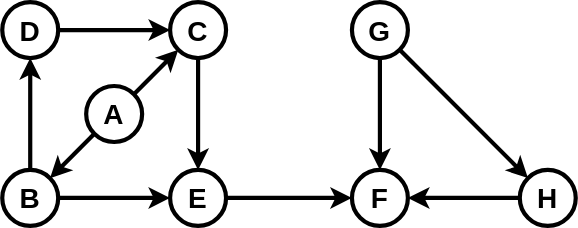
This is exercises/09_graphs/img/09_graphs_exercise04.svg from Erasiel/algds-eng, a draw.io export, as it was before one commit. Source tidied: cells renumbered, new cells last; positions are measured from the earlier drawing's top-left corner, leaving out a move shared by most shapes. Its diagram source:
```xml
<mxGraphModel>
  <root>
    <mxCell id="0" />
    <mxCell id="1" parent="0" />
    <mxCell id="2" value="&lt;font style=&quot;font-size: 20px;&quot;&gt;&lt;b&gt;A&lt;/b&gt;&lt;/font&gt;" style="ellipse;whiteSpace=wrap;html=1;strokeWidth=3;" parent="1" vertex="1">
      <mxGeometry x="60" y="60" width="40" height="40" as="geometry" />
    </mxCell>
    <mxCell id="3" value="C" style="ellipse;whiteSpace=wrap;html=1;strokeWidth=3;fontSize=20;fontStyle=1;" parent="1" vertex="1">
      <mxGeometry x="120" width="40" height="40" as="geometry" />
    </mxCell>
    <mxCell id="4" value="B" style="ellipse;whiteSpace=wrap;html=1;strokeWidth=3;fontSize=20;fontStyle=1;" parent="1" vertex="1">
      <mxGeometry y="120" width="40" height="40" as="geometry" />
    </mxCell>
    <mxCell id="5" value="D" style="ellipse;whiteSpace=wrap;html=1;strokeWidth=3;fontSize=20;fontStyle=1;" parent="1" vertex="1">
      <mxGeometry width="40" height="40" as="geometry" />
    </mxCell>
    <mxCell id="6" value="E" style="ellipse;whiteSpace=wrap;html=1;strokeWidth=3;fontSize=20;fontStyle=1;" parent="1" vertex="1">
      <mxGeometry x="120" y="120" width="40" height="40" as="geometry" />
    </mxCell>
    <mxCell id="7" value="F" style="ellipse;whiteSpace=wrap;html=1;strokeWidth=3;fontSize=20;fontStyle=1;" parent="1" vertex="1">
      <mxGeometry x="250" y="120" width="40" height="40" as="geometry" />
    </mxCell>
    <mxCell id="8" value="G" style="ellipse;whiteSpace=wrap;html=1;strokeWidth=3;fontSize=20;fontStyle=1;" parent="1" vertex="1">
      <mxGeometry x="250" width="40" height="40" as="geometry" />
    </mxCell>
    <mxCell id="9" value="H" style="ellipse;whiteSpace=wrap;html=1;strokeWidth=3;fontSize=20;fontStyle=1;" parent="1" vertex="1">
      <mxGeometry x="370" y="120" width="40" height="40" as="geometry" />
    </mxCell>
    <mxCell id="10" style="endArrow=classic;html=1;rounded=0;exitX=1;exitY=0;exitDx=0;exitDy=0;entryX=0;entryY=1;entryDx=0;entryDy=0;strokeWidth=3;" parent="1" edge="1" source="2" target="3">
      <mxGeometry relative="1" as="geometry" />
    </mxCell>
    <mxCell id="11" style="endArrow=classic;html=1;rounded=0;exitX=1;exitY=0.5;exitDx=0;exitDy=0;entryX=0;entryY=0.5;entryDx=0;entryDy=0;strokeWidth=3;" parent="1" edge="1" source="6" target="7">
      <mxGeometry relative="1" as="geometry" />
    </mxCell>
    <mxCell id="12" style="endArrow=classic;html=1;rounded=0;exitX=0.5;exitY=1;exitDx=0;exitDy=0;entryX=0.5;entryY=0;entryDx=0;entryDy=0;strokeWidth=3;" parent="1" edge="1" source="8" target="7">
      <mxGeometry relative="1" as="geometry" />
    </mxCell>
    <mxCell id="13" style="endArrow=classic;html=1;rounded=0;exitX=0;exitY=0.5;exitDx=0;exitDy=0;entryX=1;entryY=0.5;entryDx=0;entryDy=0;strokeWidth=3;" parent="1" edge="1" source="9" target="7">
      <mxGeometry relative="1" as="geometry" />
    </mxCell>
    <mxCell id="14" style="endArrow=classic;html=1;rounded=0;exitX=1;exitY=1;exitDx=0;exitDy=0;entryX=0;entryY=0;entryDx=0;entryDy=0;strokeWidth=3;" parent="1" edge="1" source="8" target="9">
      <mxGeometry relative="1" as="geometry" />
    </mxCell>
    <mxCell id="15" style="endArrow=classic;html=1;rounded=0;exitX=0;exitY=1;exitDx=0;exitDy=0;strokeWidth=3;" parent="1" edge="1" source="2" target="4">
      <mxGeometry relative="1" as="geometry" />
    </mxCell>
    <mxCell id="16" style="endArrow=classic;html=1;rounded=0;exitX=0.5;exitY=1;exitDx=0;exitDy=0;entryX=0.5;entryY=0;entryDx=0;entryDy=0;strokeWidth=3;" parent="1" edge="1" source="3" target="6">
      <mxGeometry relative="1" as="geometry" />
    </mxCell>
    <mxCell id="17" style="endArrow=classic;html=1;rounded=0;exitX=1;exitY=0.5;exitDx=0;exitDy=0;entryX=0;entryY=0.5;entryDx=0;entryDy=0;strokeWidth=3;" parent="1" edge="1" source="4" target="6">
      <mxGeometry relative="1" as="geometry" />
    </mxCell>
    <mxCell id="18" style="endArrow=classic;html=1;rounded=0;exitX=0.5;exitY=0;exitDx=0;exitDy=0;entryX=0.5;entryY=1;entryDx=0;entryDy=0;strokeWidth=3;" parent="1" edge="1" source="4" target="5">
      <mxGeometry relative="1" as="geometry" />
    </mxCell>
    <mxCell id="19" style="endArrow=classic;html=1;rounded=0;exitX=1;exitY=0.5;exitDx=0;exitDy=0;entryX=0;entryY=0.5;entryDx=0;entryDy=0;strokeWidth=3;" parent="1" edge="1" source="5" target="3">
      <mxGeometry relative="1" as="geometry" />
    </mxCell>
  </root>
</mxGraphModel>
```
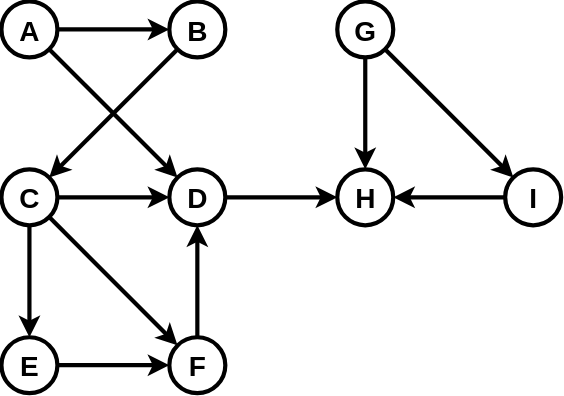
The same file after the commit.

Commit message:
Reworked graphs exercises

Diff of the diagram source:
```diff
@@ -2,59 +2,68 @@
   <root>
     <mxCell id="0" />
     <mxCell id="1" parent="0" />
-    <mxCell id="2" value="&lt;font style=&quot;font-size: 20px;&quot;&gt;&lt;b&gt;A&lt;/b&gt;&lt;/font&gt;" style="ellipse;whiteSpace=wrap;html=1;strokeWidth=3;" parent="1" vertex="1">
-      <mxGeometry x="60" y="60" width="40" height="40" as="geometry" />
+    <mxCell id="2" value="A" style="ellipse;whiteSpace=wrap;html=1;strokeWidth=3;fontSize=20;fontStyle=1;align=center;" parent="1" vertex="1">
+      <mxGeometry x="-20" y="-60" width="40" height="40" as="geometry" />
     </mxCell>
-    <mxCell id="3" value="C" style="ellipse;whiteSpace=wrap;html=1;strokeWidth=3;fontSize=20;fontStyle=1;" parent="1" vertex="1">
-      <mxGeometry x="120" width="40" height="40" as="geometry" />
+    <mxCell id="3" value="C" style="ellipse;whiteSpace=wrap;html=1;strokeWidth=3;fontSize=20;fontStyle=1;align=center;" parent="1" vertex="1">
+      <mxGeometry x="-20" y="60" width="40" height="40" as="geometry" />
     </mxCell>
-    <mxCell id="4" value="B" style="ellipse;whiteSpace=wrap;html=1;strokeWidth=3;fontSize=20;fontStyle=1;" parent="1" vertex="1">
-      <mxGeometry y="120" width="40" height="40" as="geometry" />
+    <mxCell id="4" value="B" style="ellipse;whiteSpace=wrap;html=1;strokeWidth=3;fontSize=20;fontStyle=1;align=center;" parent="1" vertex="1">
+      <mxGeometry x="100" y="-60" width="40" height="40" as="geometry" />
     </mxCell>
-    <mxCell id="5" value="D" style="ellipse;whiteSpace=wrap;html=1;strokeWidth=3;fontSize=20;fontStyle=1;" parent="1" vertex="1">
-      <mxGeometry width="40" height="40" as="geometry" />
+    <mxCell id="5" value="D" style="ellipse;whiteSpace=wrap;html=1;strokeWidth=3;fontSize=20;fontStyle=1;align=center;" parent="1" vertex="1">
+      <mxGeometry x="100" y="60" width="40" height="40" as="geometry" />
     </mxCell>
+    <mxCell id="15" style="endArrow=classic;html=1;rounded=0;strokeWidth=3;exitX=1;exitY=0.5;exitDx=0;exitDy=0;entryX=0;entryY=0.5;entryDx=0;entryDy=0;" parent="1" edge="1" source="2" target="4">
+      <mxGeometry relative="1" as="geometry" />
+    </mxCell>
+    <mxCell id="20" style="endArrow=classic;html=1;rounded=0;strokeWidth=3;exitX=0;exitY=1;exitDx=0;exitDy=0;entryX=1;entryY=0;entryDx=0;entryDy=0;" parent="1" edge="1" source="4" target="3">
+      <mxGeometry relative="1" as="geometry" />
+    </mxCell>
+    <mxCell id="21" style="endArrow=classic;html=1;rounded=0;strokeWidth=3;exitX=1;exitY=0.5;exitDx=0;exitDy=0;entryX=0;entryY=0.5;entryDx=0;entryDy=0;" parent="1" edge="1" source="3" target="5">
+      <mxGeometry relative="1" as="geometry" />
+    </mxCell>
+    <mxCell id="22" style="endArrow=classic;html=1;rounded=0;strokeWidth=3;exitX=1;exitY=1;exitDx=0;exitDy=0;entryX=0;entryY=0;entryDx=0;entryDy=0;" parent="1" edge="1" source="2" target="5">
+      <mxGeometry relative="1" as="geometry" />
+    </mxCell>
-    <mxCell id="6" value="E" style="ellipse;whiteSpace=wrap;html=1;strokeWidth=3;fontSize=20;fontStyle=1;" parent="1" vertex="1">
-      <mxGeometry x="120" y="120" width="40" height="40" as="geometry" />
+    <mxCell id="6" value="E" style="ellipse;whiteSpace=wrap;html=1;strokeWidth=3;fontSize=20;fontStyle=1;align=center;" parent="1" vertex="1">
+      <mxGeometry x="-20" y="180" width="40" height="40" as="geometry" />
     </mxCell>
-    <mxCell id="7" value="F" style="ellipse;whiteSpace=wrap;html=1;strokeWidth=3;fontSize=20;fontStyle=1;" parent="1" vertex="1">
-      <mxGeometry x="250" y="120" width="40" height="40" as="geometry" />
+    <mxCell id="7" value="F" style="ellipse;whiteSpace=wrap;html=1;strokeWidth=3;fontSize=20;fontStyle=1;align=center;" parent="1" vertex="1">
+      <mxGeometry x="100" y="180" width="40" height="40" as="geometry" />
     </mxCell>
+    <mxCell id="9" value="H" style="ellipse;whiteSpace=wrap;html=1;strokeWidth=3;fontSize=20;fontStyle=1;align=center;" parent="1" vertex="1">
+      <mxGeometry x="220" y="60" width="40" height="40" as="geometry" />
+    </mxCell>
-    <mxCell id="8" value="G" style="ellipse;whiteSpace=wrap;html=1;strokeWidth=3;fontSize=20;fontStyle=1;" parent="1" vertex="1">
-      <mxGeometry x="250" width="40" height="40" as="geometry" />
+    <mxCell id="8" value="G" style="ellipse;whiteSpace=wrap;html=1;strokeWidth=3;fontSize=20;fontStyle=1;align=center;" parent="1" vertex="1">
+      <mxGeometry x="220" y="-60" width="40" height="40" as="geometry" />
     </mxCell>
-    <mxCell id="9" value="H" style="ellipse;whiteSpace=wrap;html=1;strokeWidth=3;fontSize=20;fontStyle=1;" parent="1" vertex="1">
-      <mxGeometry x="370" y="120" width="40" height="40" as="geometry" />
-    </mxCell>
-    <mxCell id="10" style="endArrow=classic;html=1;rounded=0;exitX=1;exitY=0;exitDx=0;exitDy=0;entryX=0;entryY=1;entryDx=0;entryDy=0;strokeWidth=3;" parent="1" edge="1" source="2" target="3">
-      <mxGeometry relative="1" as="geometry" />
-    </mxCell>
+    <mxCell id="23" value="I" style="ellipse;whiteSpace=wrap;html=1;strokeWidth=3;fontSize=20;fontStyle=1;align=center;" parent="1" vertex="1">
+      <mxGeometry x="340" y="60" width="40" height="40" as="geometry" />
+    </mxCell>
+    <mxCell id="16" style="endArrow=classic;html=1;rounded=0;strokeWidth=3;exitX=0.5;exitY=1;exitDx=0;exitDy=0;entryX=0.5;entryY=0;entryDx=0;entryDy=0;" parent="1" edge="1" source="3" target="6">
+      <mxGeometry relative="1" as="geometry" />
+    </mxCell>
-    <mxCell id="11" style="endArrow=classic;html=1;rounded=0;exitX=1;exitY=0.5;exitDx=0;exitDy=0;entryX=0;entryY=0.5;entryDx=0;entryDy=0;strokeWidth=3;" parent="1" edge="1" source="6" target="7">
+    <mxCell id="11" style="endArrow=classic;html=1;rounded=0;strokeWidth=3;exitX=1;exitY=0.5;exitDx=0;exitDy=0;entryX=0;entryY=0.5;entryDx=0;entryDy=0;" parent="1" edge="1" source="6" target="7">
       <mxGeometry relative="1" as="geometry" />
     </mxCell>
-    <mxCell id="12" style="endArrow=classic;html=1;rounded=0;exitX=0.5;exitY=1;exitDx=0;exitDy=0;entryX=0.5;entryY=0;entryDx=0;entryDy=0;strokeWidth=3;" parent="1" edge="1" source="8" target="7">
-      <mxGeometry relative="1" as="geometry" />
-    </mxCell>
-    <mxCell id="13" style="endArrow=classic;html=1;rounded=0;exitX=0;exitY=0.5;exitDx=0;exitDy=0;entryX=1;entryY=0.5;entryDx=0;entryDy=0;strokeWidth=3;" parent="1" edge="1" source="9" target="7">
-      <mxGeometry relative="1" as="geometry" />
-    </mxCell>
+    <mxCell id="24" style="endArrow=classic;html=1;rounded=0;strokeWidth=3;exitX=0.5;exitY=0;exitDx=0;exitDy=0;entryX=0.5;entryY=1;entryDx=0;entryDy=0;" parent="1" edge="1" source="7" target="5">
+      <mxGeometry relative="1" as="geometry" />
+    </mxCell>
+    <mxCell id="25" style="endArrow=classic;html=1;rounded=0;strokeWidth=3;exitX=1;exitY=1;exitDx=0;exitDy=0;entryX=0;entryY=0;entryDx=0;entryDy=0;" parent="1" edge="1" source="3" target="7">
+      <mxGeometry relative="1" as="geometry" />
+    </mxCell>
+    <mxCell id="26" style="endArrow=classic;html=1;rounded=0;strokeWidth=3;exitX=1;exitY=0.5;exitDx=0;exitDy=0;entryX=0;entryY=0.5;entryDx=0;entryDy=0;" parent="1" edge="1" source="5" target="9">
+      <mxGeometry relative="1" as="geometry" />
+    </mxCell>
+    <mxCell id="27" style="endArrow=classic;html=1;rounded=0;strokeWidth=3;exitX=1;exitY=1;exitDx=0;exitDy=0;entryX=0;entryY=0;entryDx=0;entryDy=0;" parent="1" edge="1" source="8" target="23">
+      <mxGeometry relative="1" as="geometry" />
+    </mxCell>
-    <mxCell id="14" style="endArrow=classic;html=1;rounded=0;exitX=1;exitY=1;exitDx=0;exitDy=0;entryX=0;entryY=0;entryDx=0;entryDy=0;strokeWidth=3;" parent="1" edge="1" source="8" target="9">
+    <mxCell id="14" style="endArrow=classic;html=1;rounded=0;strokeWidth=3;exitX=0.5;exitY=1;exitDx=0;exitDy=0;entryX=0.5;entryY=0;entryDx=0;entryDy=0;" parent="1" edge="1" source="8" target="9">
       <mxGeometry relative="1" as="geometry" />
     </mxCell>
-    <mxCell id="15" style="endArrow=classic;html=1;rounded=0;exitX=0;exitY=1;exitDx=0;exitDy=0;strokeWidth=3;" parent="1" edge="1" source="2" target="4">
-      <mxGeometry relative="1" as="geometry" />
-    </mxCell>
-    <mxCell id="16" style="endArrow=classic;html=1;rounded=0;exitX=0.5;exitY=1;exitDx=0;exitDy=0;entryX=0.5;entryY=0;entryDx=0;entryDy=0;strokeWidth=3;" parent="1" edge="1" source="3" target="6">
-      <mxGeometry relative="1" as="geometry" />
-    </mxCell>
-    <mxCell id="17" style="endArrow=classic;html=1;rounded=0;exitX=1;exitY=0.5;exitDx=0;exitDy=0;entryX=0;entryY=0.5;entryDx=0;entryDy=0;strokeWidth=3;" parent="1" edge="1" source="4" target="6">
-      <mxGeometry relative="1" as="geometry" />
-    </mxCell>
-    <mxCell id="18" style="endArrow=classic;html=1;rounded=0;exitX=0.5;exitY=0;exitDx=0;exitDy=0;entryX=0.5;entryY=1;entryDx=0;entryDy=0;strokeWidth=3;" parent="1" edge="1" source="4" target="5">
-      <mxGeometry relative="1" as="geometry" />
-    </mxCell>
-    <mxCell id="19" style="endArrow=classic;html=1;rounded=0;exitX=1;exitY=0.5;exitDx=0;exitDy=0;entryX=0;entryY=0.5;entryDx=0;entryDy=0;strokeWidth=3;" parent="1" edge="1" source="5" target="3">
-      <mxGeometry relative="1" as="geometry" />
-    </mxCell>
+    <mxCell id="28" style="endArrow=classic;html=1;rounded=0;strokeWidth=3;exitX=0;exitY=0.5;exitDx=0;exitDy=0;entryX=1;entryY=0.5;entryDx=0;entryDy=0;" parent="1" edge="1" source="23" target="9">
+      <mxGeometry relative="1" as="geometry" />
+    </mxCell>
   </root>
 </mxGraphModel>
```
